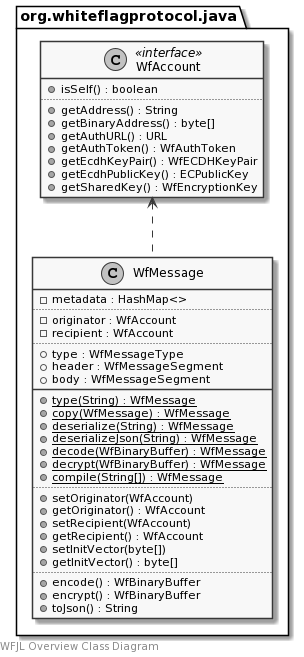
Above: docs/uml/overview.png in WhiteflagProtocol/whiteflag-java (PlantUML), before the change.
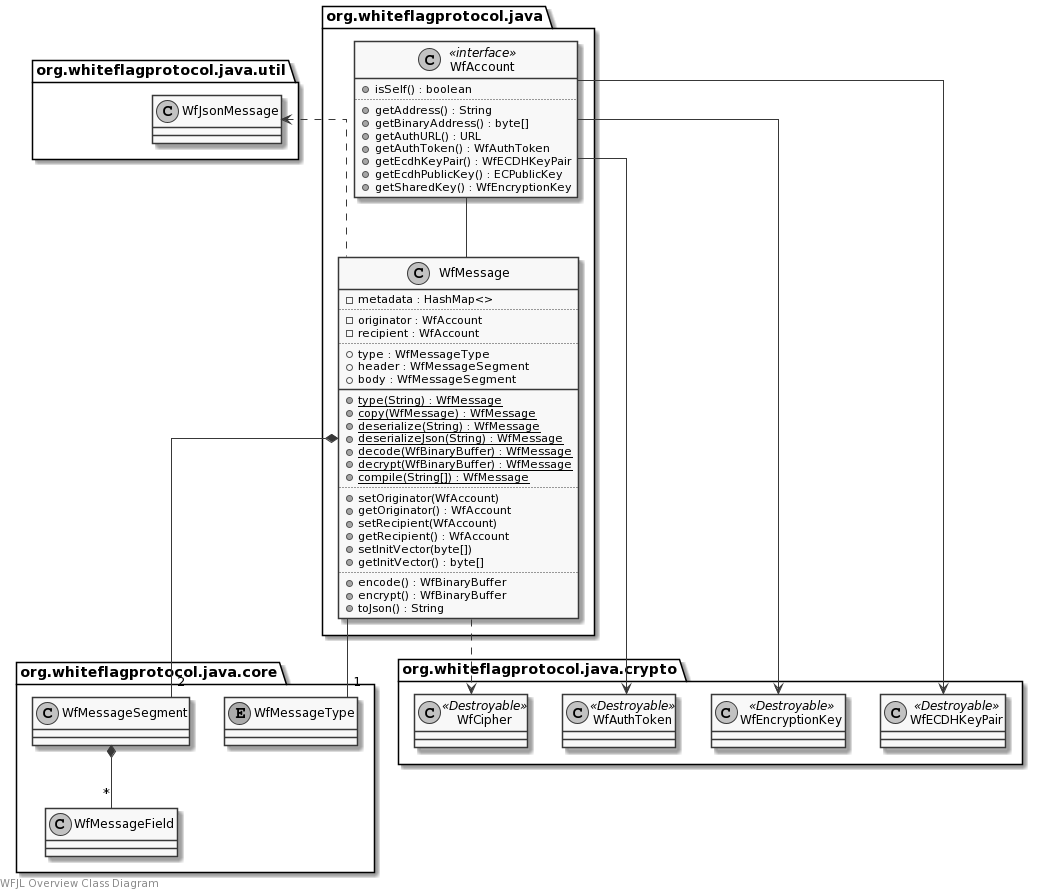
The same diagram one commit later.

The edit, as a diff of the source:
```diff
@@ -1,5 +1,6 @@
 @startuml
 skinparam monochrome true
+skinparam linetype ortho
 
 left footer WFJL Overview Class Diagram
 
@@ -47,5 +48,33 @@
     }
 }
 
-WfAccount <.. WfMessage
+package org.whiteflagprotocol.java.core {
+    enum WfMessageType {}
+    class WfMessageSegment {}
+    class WfMessageField {}
+}
+
+package org.whiteflagprotocol.java.crypto {
+    class WfAuthToken <<Destroyable>> {}
+    class WfEncryptionKey <<Destroyable>> {}
+    class WfECDHKeyPair <<Destroyable>> {}
+    class WfCipher <<Destroyable>> {}
+}
+
+package org.whiteflagprotocol.java.util {
+    class WfJsonMessage {}
+}
+
+WfMessage -- "1" WfMessageType
+WfMessage *-- "2" WfMessageSegment
+WfMessageSegment *-- "*" WfMessageField
+
+WfAccount -- WfMessage
+
+WfAccount --> WfAuthToken
+WfAccount --> WfEncryptionKey
+WfAccount --> WfECDHKeyPair
+
+WfMessage ..> WfCipher
+WfJsonMessage <.. WfMessage
 @enduml
```
